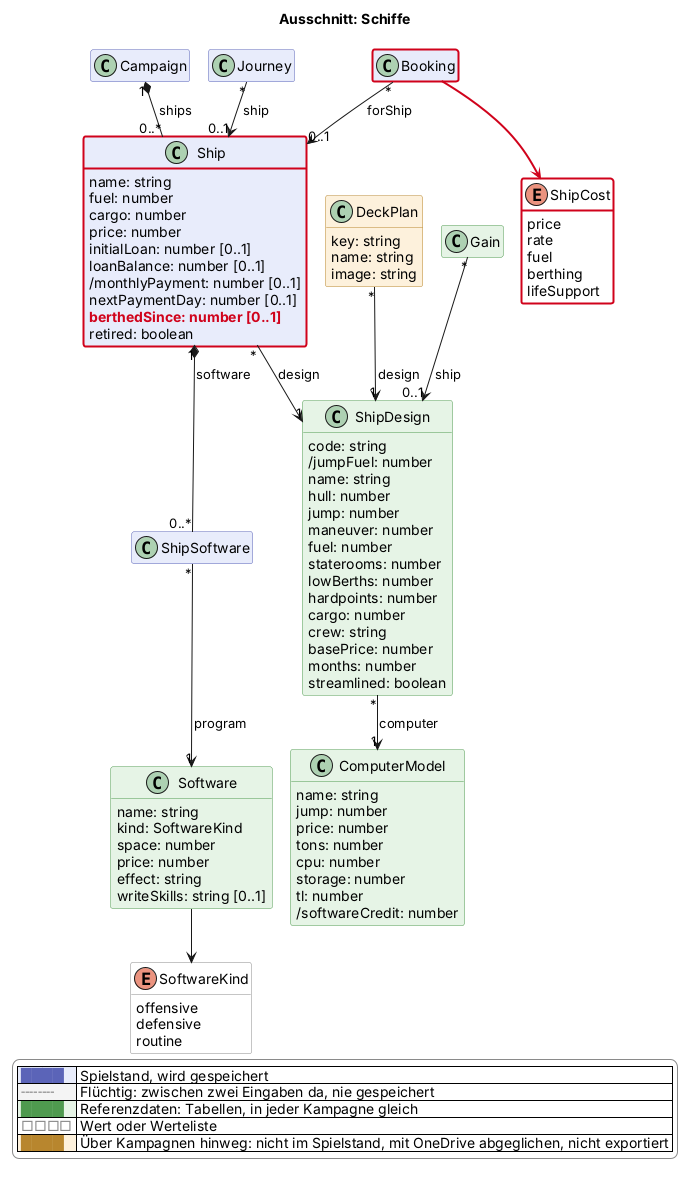
Before: docs/views/schiffe.png, a diagram exported from PlantUML (scuzzar/SRE).
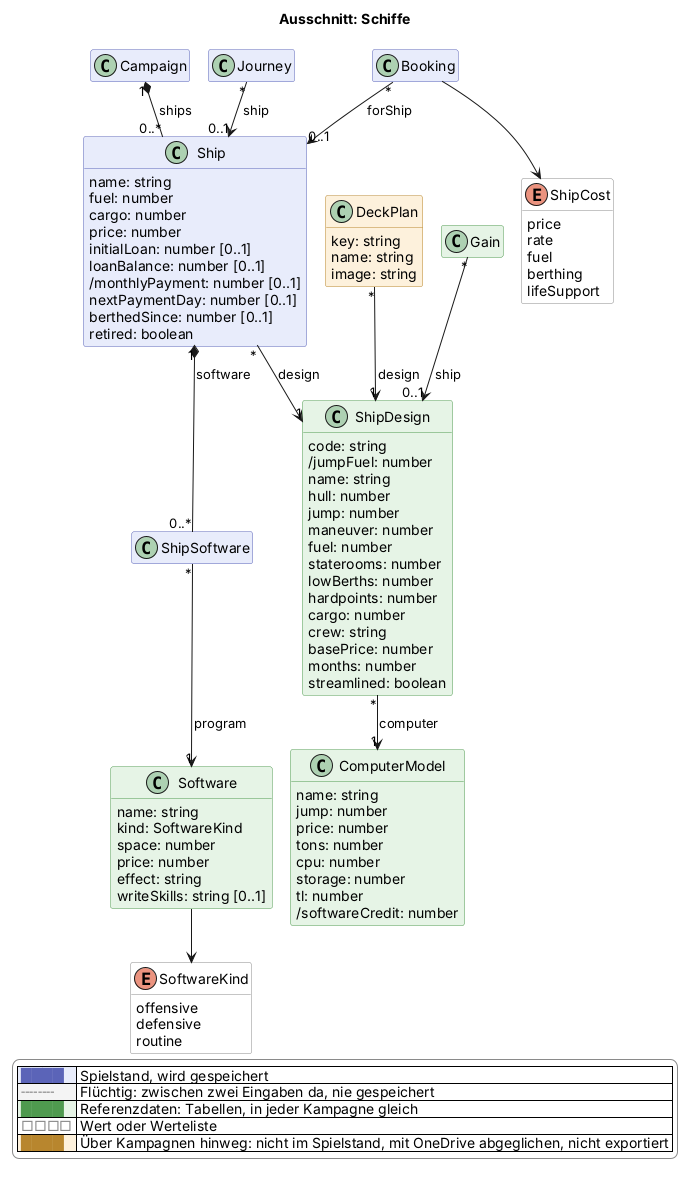
After the commit.

Diff of the diagram source:
```diff
@@ -81,10 +81,10 @@
     loanBalance: number [0..1]
     /monthlyPayment: number [0..1]
     nextPaymentDay: number [0..1]
-    $new("2026-11-17b", "berthedSince: number [0..1]")
+    berthedSince: number [0..1]
     retired: boolean
   }
-  enum ShipCost <<value>> $schiffe $newClass("2026-11-17b") {
+  enum ShipCost <<value>> $schiffe {
     price
     rate
     fuel
@@ -159,7 +159,7 @@
 DeckPlan "*" --> "1" ShipDesign : design
 
 Journey "*" --> "0..1" Ship : ship
-Booking -$newArrow("2026-11-17b")-> ShipCost
+Booking --> ShipCost
 
 
 
@@ -179,6 +179,4 @@
   |<#ffffff> <color:#8a8a8a>□□□□</color> | Wert oder Werteliste |
   |<#fdf1dc> <color:#b8862e>████</color> | Über Kampagnen hinweg: nicht im Spielstand, mit OneDrive abgeglichen, nicht exportiert |
 endlegend
-class Booking #line:d0021b;line.bold
-class Ship #line:d0021b;line.bold
 @enduml
```
